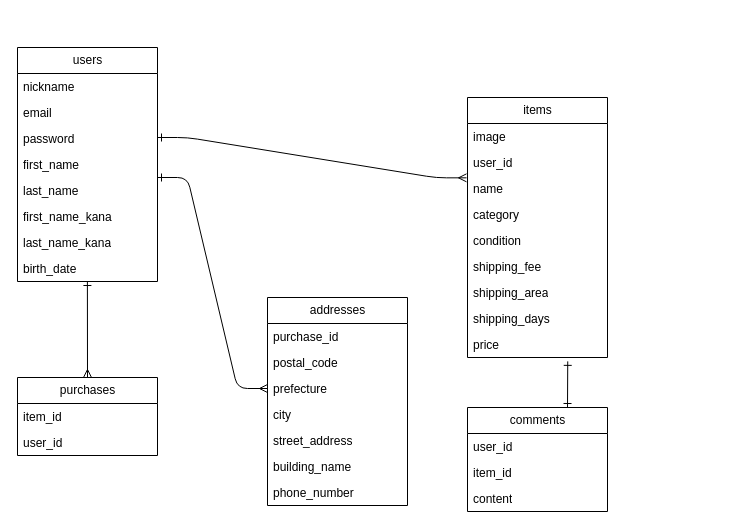
Above: test.dio in koheihotta191/furima-42113 (draw.io), before the change. Source tidied: cells renumbered, new cells numbered last; positions are measured from the earlier drawing's top-left corner, leaving out a move shared by most shapes. Both pictures are drawn from the tidied source at 100%, with x=0, y=0 at pixel (17, 47).
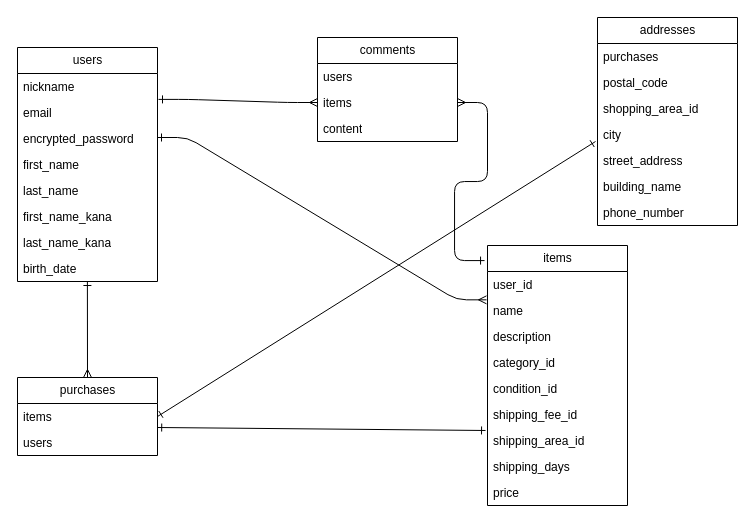
After the change.

The change refers to these unchanged cells:
```xml
<mxCell id="2" value="users" style="swimlane;fontStyle=0;horizontal=1;startSize=26;fillColor=none;html=1;" parent="1" vertex="1">
  <mxGeometry width="140" height="234" as="geometry" />
</mxCell>
<mxCell id="20" value="price" style="text;strokeColor=none;fillColor=none;align=left;verticalAlign=top;spacingLeft=4;spacingRight=4;overflow=hidden;points=[[0,0.5],[1,0.5]];portConstraint=eastwest;whiteSpace=wrap;html=1;" parent="11" vertex="1">
  <mxGeometry y="234" width="140" height="26" as="geometry" />
</mxCell>
<mxCell id="21" value="purchases" style="swimlane;fontStyle=0;horizontal=1;startSize=26;fillColor=none;html=1;" parent="1" vertex="1">
  <mxGeometry y="330" width="140" height="78" as="geometry" />
</mxCell>
<mxCell id="28" value="city" style="text;strokeColor=none;fillColor=none;align=left;verticalAlign=top;spacingLeft=4;spacingRight=4;overflow=hidden;points=[[0,0.5],[1,0.5]];portConstraint=eastwest;whiteSpace=wrap;html=1;" parent="24" vertex="1">
  <mxGeometry y="104" width="140" height="26" as="geometry" />
</mxCell>
```

What changed in the source:
```diff
@@
-    <mxCell id="5" value="password" style="text;strokeColor=none;fillColor=none;align=left;verticalAlign=top;spacingLeft=4;spacingRight=4;overflow=hidden;whiteSpace=wrap;html=1;" parent="2" vertex="1">
+    <mxCell id="5" value="encrypted_password" style="text;strokeColor=none;fillColor=none;align=left;verticalAlign=top;spacingLeft=4;spacingRight=4;overflow=hidden;whiteSpace=wrap;html=1;" parent="2" vertex="1">
       <mxGeometry y="78" width="140" height="26" as="geometry" />
     </mxCell>
@@
     <mxCell id="11" value="items" style="swimlane;fontStyle=0;horizontal=1;startSize=26;fillColor=none;html=1;" parent="1" vertex="1">
-      <mxGeometry x="450" y="50" width="140" height="260" as="geometry" />
+      <mxGeometry x="470" y="198" width="140" height="260" as="geometry" />
     </mxCell>
-    <mxCell id="12" value="image" style="text;strokeColor=none;fillColor=none;align=left;verticalAlign=top;spacingLeft=4;spacingRight=4;overflow=hidden;whiteSpace=wrap;html=1;" parent="11" vertex="1">
-      <mxGeometry y="26" width="140" height="26" as="geometry" />
-    </mxCell>
     <mxCell id="13" value="user_id" style="text;strokeColor=none;fillColor=none;align=left;verticalAlign=top;spacingLeft=4;spacingRight=4;overflow=hidden;whiteSpace=wrap;html=1;" parent="11" vertex="1">
-      <mxGeometry y="52" width="140" height="26" as="geometry" />
+      <mxGeometry y="26" width="140" height="26" as="geometry" />
     </mxCell>
     <mxCell id="14" value="name" style="text;strokeColor=none;fillColor=none;align=left;verticalAlign=top;spacingLeft=4;spacingRight=4;overflow=hidden;points=[[0,0.5],[1,0.5]];portConstraint=eastwest;whiteSpace=wrap;html=1;" parent="11" vertex="1">
-      <mxGeometry y="78" width="140" height="26" as="geometry" />
+      <mxGeometry y="52" width="140" height="26" as="geometry" />
     </mxCell>
+    <mxCell id="40" value="description" style="text;strokeColor=none;fillColor=none;align=left;verticalAlign=top;spacingLeft=4;spacingRight=4;overflow=hidden;whiteSpace=wrap;html=1;" parent="11" vertex="1">
+      <mxGeometry y="78" width="140" height="26" as="geometry" />
+    </mxCell>
-    <mxCell id="15" value="category" style="text;strokeColor=none;fillColor=none;align=left;verticalAlign=top;spacingLeft=4;spacingRight=4;overflow=hidden;whiteSpace=wrap;html=1;" parent="11" vertex="1">
+    <mxCell id="15" value="category_id" style="text;strokeColor=none;fillColor=none;align=left;verticalAlign=top;spacingLeft=4;spacingRight=4;overflow=hidden;whiteSpace=wrap;html=1;" parent="11" vertex="1">
       <mxGeometry y="104" width="140" height="26" as="geometry" />
     </mxCell>
-    <mxCell id="16" value="condition" style="text;strokeColor=none;fillColor=none;align=left;verticalAlign=top;spacingLeft=4;spacingRight=4;overflow=hidden;whiteSpace=wrap;html=1;" parent="11" vertex="1">
+    <mxCell id="16" value="condition_id" style="text;strokeColor=none;fillColor=none;align=left;verticalAlign=top;spacingLeft=4;spacingRight=4;overflow=hidden;whiteSpace=wrap;html=1;" parent="11" vertex="1">
       <mxGeometry y="130" width="140" height="26" as="geometry" />
     </mxCell>
-    <mxCell id="17" value="shipping_fee" style="text;strokeColor=none;fillColor=none;align=left;verticalAlign=top;spacingLeft=4;spacingRight=4;overflow=hidden;points=[[0,0.5],[1,0.5]];portConstraint=eastwest;whiteSpace=wrap;html=1;" parent="11" vertex="1">
+    <mxCell id="17" value="shipping_fee_id" style="text;strokeColor=none;fillColor=none;align=left;verticalAlign=top;spacingLeft=4;spacingRight=4;overflow=hidden;points=[[0,0.5],[1,0.5]];portConstraint=eastwest;whiteSpace=wrap;html=1;" parent="11" vertex="1">
       <mxGeometry y="156" width="140" height="26" as="geometry" />
     </mxCell>
-    <mxCell id="18" value="shipping_area" style="text;strokeColor=none;fillColor=none;align=left;verticalAlign=top;spacingLeft=4;spacingRight=4;overflow=hidden;whiteSpace=wrap;html=1;" parent="11" vertex="1">
+    <mxCell id="18" value="shipping_area_id" style="text;strokeColor=none;fillColor=none;align=left;verticalAlign=top;spacingLeft=4;spacingRight=4;overflow=hidden;whiteSpace=wrap;html=1;" parent="11" vertex="1">
       <mxGeometry y="182" width="140" height="26" as="geometry" />
     </mxCell>
@@
-    <mxCell id="22" value="item_id" style="text;strokeColor=none;fillColor=none;align=left;verticalAlign=top;spacingLeft=4;spacingRight=4;overflow=hidden;points=[[0,0.5],[1,0.5]];portConstraint=eastwest;whiteSpace=wrap;html=1;" parent="21" vertex="1">
+    <mxCell id="22" value="items" style="text;strokeColor=none;fillColor=none;align=left;verticalAlign=top;spacingLeft=4;spacingRight=4;overflow=hidden;points=[[0,0.5],[1,0.5]];portConstraint=eastwest;whiteSpace=wrap;html=1;" parent="21" vertex="1">
       <mxGeometry y="26" width="140" height="26" as="geometry" />
     </mxCell>
-    <mxCell id="23" value="user_id" style="text;strokeColor=none;fillColor=none;align=left;verticalAlign=top;spacingLeft=4;spacingRight=4;overflow=hidden;whiteSpace=wrap;html=1;" parent="21" vertex="1">
+    <mxCell id="23" value="users" style="text;strokeColor=none;fillColor=none;align=left;verticalAlign=top;spacingLeft=4;spacingRight=4;overflow=hidden;whiteSpace=wrap;html=1;" parent="21" vertex="1">
       <mxGeometry y="52" width="140" height="26" as="geometry" />
     </mxCell>
     <mxCell id="24" value="addresses" style="swimlane;fontStyle=0;horizontal=1;startSize=26;fillColor=none;html=1;" parent="1" vertex="1">
-      <mxGeometry x="250" y="250" width="140" height="208" as="geometry" />
+      <mxGeometry x="580" y="-30" width="140" height="208" as="geometry" />
     </mxCell>
-    <mxCell id="25" value="purchase_id" style="text;strokeColor=none;fillColor=none;align=left;verticalAlign=top;spacingLeft=4;spacingRight=4;overflow=hidden;whiteSpace=wrap;html=1;" parent="24" vertex="1">
+    <mxCell id="25" value="purchases" style="text;strokeColor=none;fillColor=none;align=left;verticalAlign=top;spacingLeft=4;spacingRight=4;overflow=hidden;whiteSpace=wrap;html=1;" parent="24" vertex="1">
       <mxGeometry y="26" width="140" height="26" as="geometry" />
     </mxCell>
@@
-    <mxCell id="27" value="prefecture" style="text;strokeColor=none;fillColor=none;align=left;verticalAlign=top;spacingLeft=4;spacingRight=4;overflow=hidden;points=[[0,0.5],[1,0.5]];portConstraint=eastwest;whiteSpace=wrap;html=1;" parent="24" vertex="1">
+    <mxCell id="27" value="shopping_area_id" style="text;strokeColor=none;fillColor=none;align=left;verticalAlign=top;spacingLeft=4;spacingRight=4;overflow=hidden;points=[[0,0.5],[1,0.5]];portConstraint=eastwest;whiteSpace=wrap;html=1;" parent="24" vertex="1">
       <mxGeometry y="78" width="140" height="26" as="geometry" />
     </mxCell>
@@
     <mxCell id="32" value="comments" style="swimlane;fontStyle=0;horizontal=1;startSize=26;fillColor=none;html=1;" parent="1" vertex="1">
-      <mxGeometry x="450" y="360" width="140" height="104" as="geometry" />
+      <mxGeometry x="300" y="-10" width="140" height="104" as="geometry" />
     </mxCell>
-    <mxCell id="33" value="user_id" style="text;strokeColor=none;fillColor=none;align=left;verticalAlign=top;spacingLeft=4;spacingRight=4;overflow=hidden;whiteSpace=wrap;html=1;" parent="32" vertex="1">
+    <mxCell id="33" value="users" style="text;strokeColor=none;fillColor=none;align=left;verticalAlign=top;spacingLeft=4;spacingRight=4;overflow=hidden;whiteSpace=wrap;html=1;" parent="32" vertex="1">
       <mxGeometry y="26" width="140" height="26" as="geometry" />
     </mxCell>
-    <mxCell id="34" value="item_id" style="text;strokeColor=none;fillColor=none;align=left;verticalAlign=top;spacingLeft=4;spacingRight=4;overflow=hidden;points=[[0,0.5],[1,0.5]];portConstraint=eastwest;whiteSpace=wrap;html=1;" parent="32" vertex="1">
+    <mxCell id="34" value="items" style="text;strokeColor=none;fillColor=none;align=left;verticalAlign=top;spacingLeft=4;spacingRight=4;overflow=hidden;points=[[0,0.5],[1,0.5]];portConstraint=eastwest;whiteSpace=wrap;html=1;" parent="32" vertex="1">
       <mxGeometry y="52" width="140" height="26" as="geometry" />
     </mxCell>
@@
-    <mxCell id="37" style="endArrow=ERone;html=1;rounded=0;endFill=0;startArrow=ERone;startFill=0;entryX=0.716;entryY=1.149;entryDx=0;entryDy=0;entryPerimeter=0;" parent="1" edge="1" target="20">
-      <mxGeometry relative="1" as="geometry">
-        <mxPoint x="550" y="360" as="sourcePoint" />
-      </mxGeometry>
+    <mxCell id="37" style="endArrow=ERone;html=1;rounded=0;endFill=0;startArrow=ERone;startFill=0;entryX=1;entryY=0.5;entryDx=0;entryDy=0;exitX=-0.014;exitY=0.769;exitDx=0;exitDy=0;exitPerimeter=0;" parent="1" edge="1" source="28" target="22">
+      <mxGeometry relative="1" as="geometry" />
     </mxCell>
-    <mxCell id="38" style="edgeStyle=entityRelationEdgeStyle;fontSize=12;html=1;endArrow=ERmany;endFill=0;exitX=0.429;exitY=0;exitDx=0;exitDy=0;exitPerimeter=0;startArrow=ERone;startFill=0;" parent="1" edge="1" target="27">
-      <mxGeometry relative="1" as="geometry">
-        <mxPoint x="140" y="130" as="sourcePoint" />
-        <Array as="points">
-          <mxPoint x="140" y="210" />
-        </Array>
-      </mxGeometry>
-    </mxCell>
@@
+    <mxCell id="41" style="endArrow=ERone;html=1;rounded=0;endFill=0;startArrow=ERone;startFill=0;entryX=0.716;entryY=1.149;entryDx=0;entryDy=0;entryPerimeter=0;exitX=-0.014;exitY=1.115;exitDx=0;exitDy=0;exitPerimeter=0;" parent="1" edge="1" source="17">
+      <mxGeometry relative="1" as="geometry">
+        <mxPoint x="140.2" y="380" as="targetPoint" />
+      </mxGeometry>
+    </mxCell>
+    <mxCell id="42" style="edgeStyle=entityRelationEdgeStyle;fontSize=12;html=1;endArrow=ERmany;endFill=0;entryX=0;entryY=0.5;entryDx=0;entryDy=0;startArrow=ERone;startFill=0;" parent="1" edge="1" target="34">
+      <mxGeometry relative="1" as="geometry">
+        <mxPoint x="141" y="51.9" as="sourcePoint" />
+      </mxGeometry>
+    </mxCell>
+    <mxCell id="43" style="edgeStyle=entityRelationEdgeStyle;fontSize=12;html=1;endArrow=ERmany;endFill=0;entryX=1;entryY=0.5;entryDx=0;entryDy=0;startArrow=ERone;startFill=0;exitX=-0.021;exitY=0.058;exitDx=0;exitDy=0;exitPerimeter=0;" parent="1" edge="1" source="11" target="34">
+      <mxGeometry relative="1" as="geometry" />
+    </mxCell>
```
